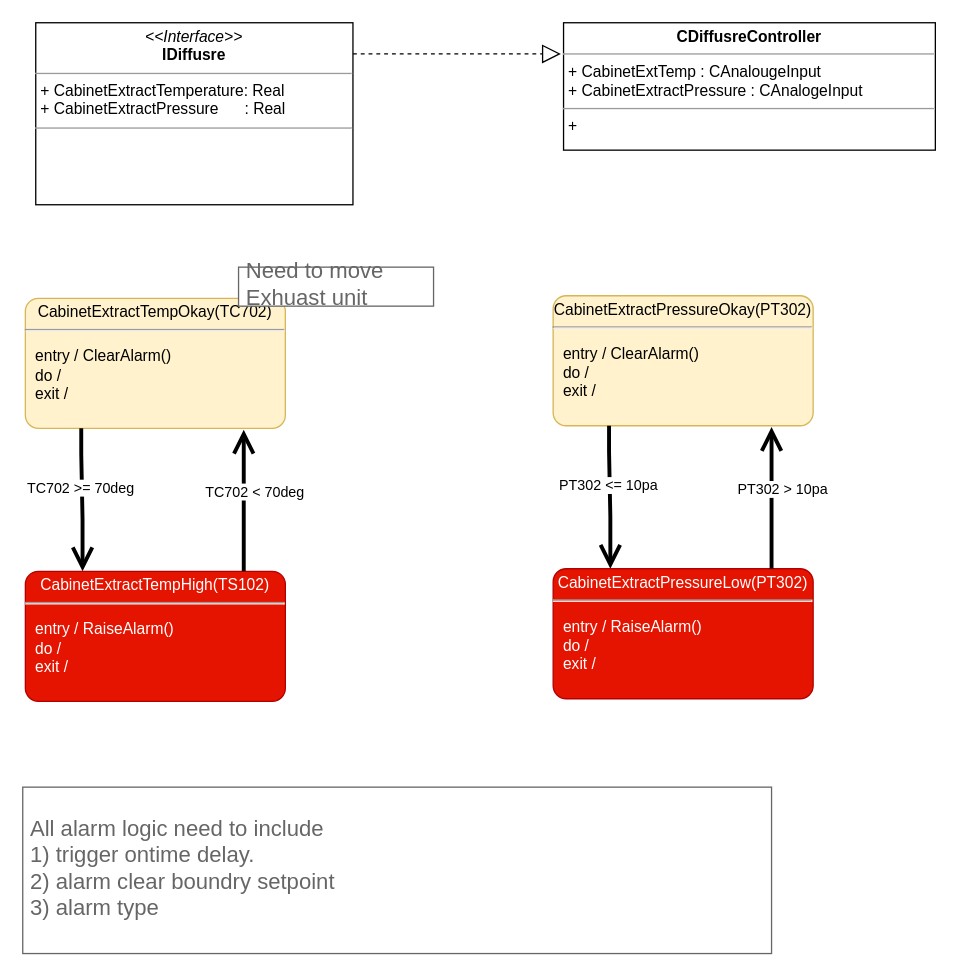
Above: page "DiffusreEnclousre" (3 of 11) of H2D Modular.drawio in EdwardsKorea/CommonDrawIO (draw.io), before the change. Source tidied: cells renumbered, new cells numbered last; positions are measured from the earlier drawing's top-left corner, leaving out a move shared by most shapes. Both pictures are drawn from the tidied source at 130%, with x=0, y=0 at pixel (22, 22).
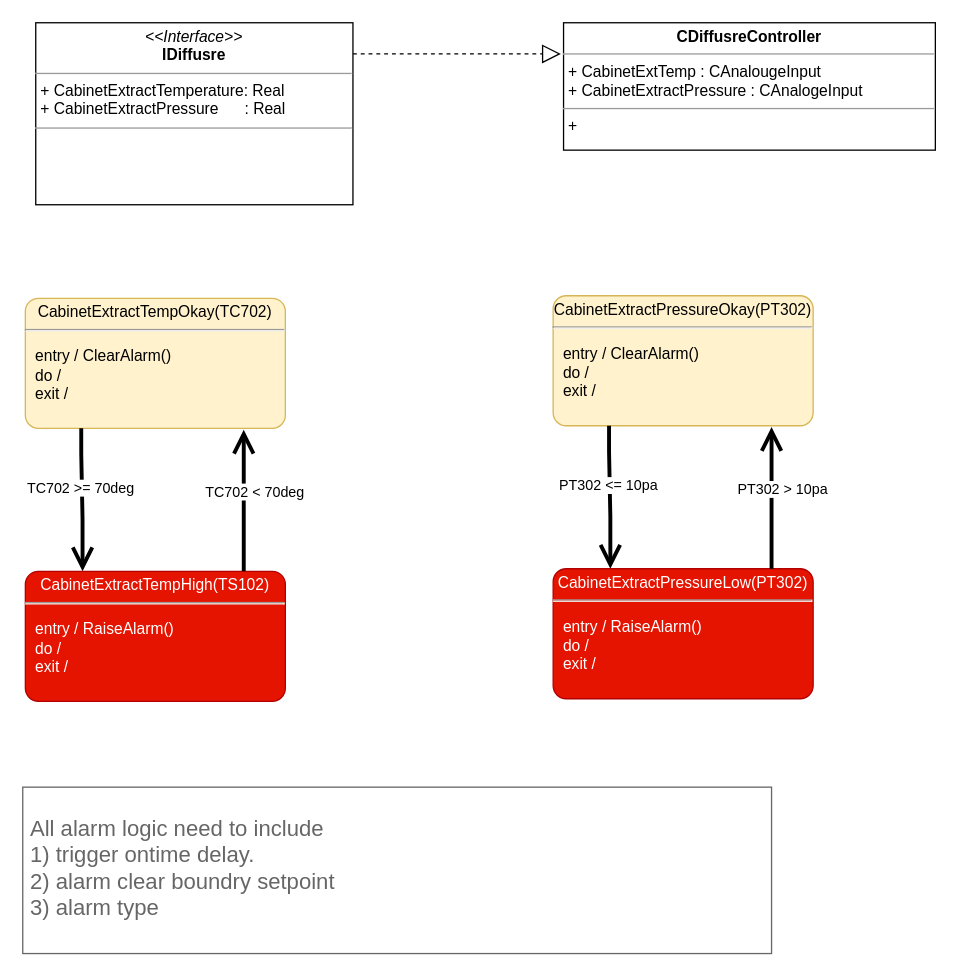
After the change.

Diff of the diagram source:
```diff
@@
-    <mxCell id="13" value="Need to move Exhuast unit" style="strokeWidth=1;shadow=0;dashed=0;align=center;html=1;shape=mxgraph.mockup.text.textBox;fontColor=#666666;align=left;fontSize=17;spacingLeft=4;spacingTop=-3;whiteSpace=wrap;strokeColor=#666666;mainText=;" parent="1" vertex="1">
-      <mxGeometry x="166" y="188" width="150" height="30" as="geometry" />
-    </mxCell>
```
